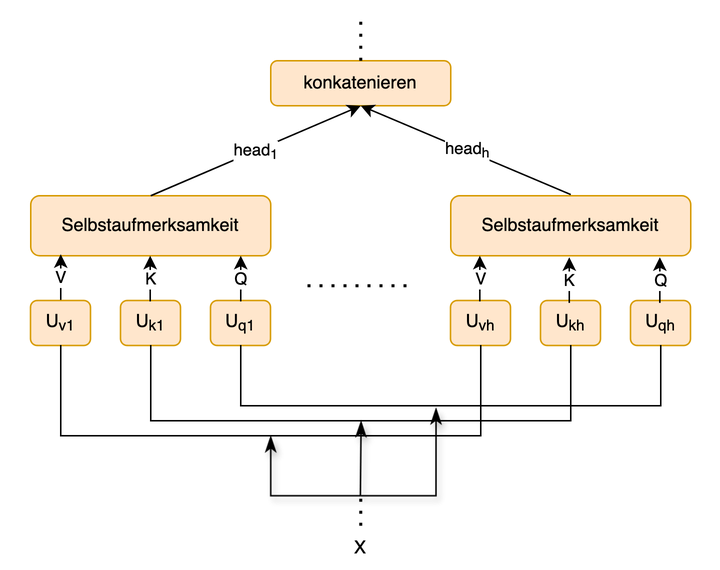
Before: assets/img/projection_matrices.png, a diagram exported from draw.io (omseeth/omseeth.github.io). Source tidied: cells renumbered, new cells last; positions are measured from the earlier drawing's top-left corner, leaving out a move shared by most shapes.
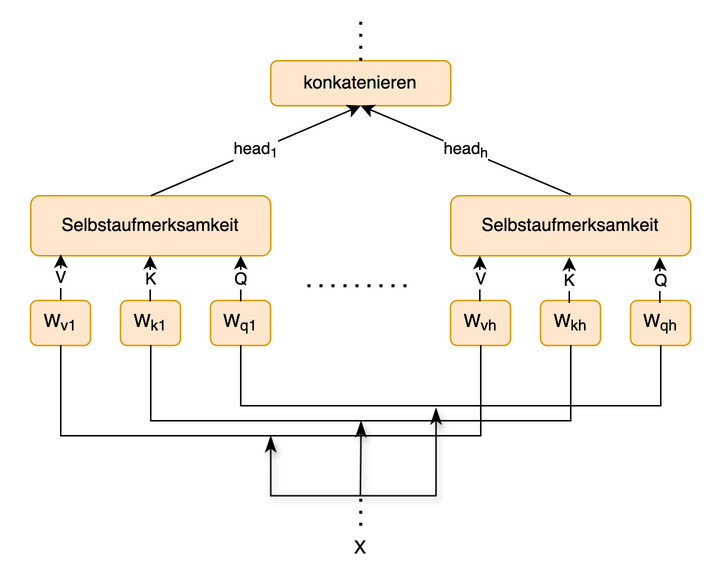
Later version of the same file.

Change to the diagram source:
```diff
@@ -8,22 +8,22 @@
     <mxCell id="3" value="X" style="text;html=1;align=center;verticalAlign=middle;whiteSpace=wrap;rounded=0;" parent="1" vertex="1">
       <mxGeometry x="210" y="350" width="60" height="30" as="geometry" />
     </mxCell>
-    <mxCell id="4" value="U&lt;sub&gt;v1&lt;/sub&gt;" style="rounded=1;whiteSpace=wrap;html=1;fillColor=#ffe6cc;strokeColor=#d79b00;" parent="1" vertex="1">
+    <mxCell id="4" value="W&lt;sub&gt;v1&lt;/sub&gt;" style="rounded=1;whiteSpace=wrap;html=1;fillColor=#ffe6cc;strokeColor=#d79b00;" parent="1" vertex="1">
       <mxGeometry x="20" y="200" width="40" height="30" as="geometry" />
     </mxCell>
-    <mxCell id="5" value="U&lt;sub&gt;k1&lt;/sub&gt;" style="rounded=1;whiteSpace=wrap;html=1;fillColor=#ffe6cc;strokeColor=#d79b00;" parent="1" vertex="1">
+    <mxCell id="5" value="W&lt;sub&gt;k1&lt;/sub&gt;" style="rounded=1;whiteSpace=wrap;html=1;fillColor=#ffe6cc;strokeColor=#d79b00;" parent="1" vertex="1">
       <mxGeometry x="80" y="200" width="40" height="30" as="geometry" />
     </mxCell>
-    <mxCell id="6" value="U&lt;sub&gt;q1&lt;/sub&gt;" style="rounded=1;whiteSpace=wrap;html=1;fillColor=#ffe6cc;strokeColor=#d79b00;" parent="1" vertex="1">
+    <mxCell id="6" value="W&lt;sub&gt;q1&lt;/sub&gt;" style="rounded=1;whiteSpace=wrap;html=1;fillColor=#ffe6cc;strokeColor=#d79b00;" parent="1" vertex="1">
       <mxGeometry x="140" y="200" width="40" height="30" as="geometry" />
     </mxCell>
-    <mxCell id="7" value="U&lt;sub&gt;vh&lt;/sub&gt;" style="rounded=1;whiteSpace=wrap;html=1;fillColor=#ffe6cc;strokeColor=#d79b00;" parent="1" vertex="1">
+    <mxCell id="7" value="W&lt;sub&gt;vh&lt;/sub&gt;" style="rounded=1;whiteSpace=wrap;html=1;fillColor=#ffe6cc;strokeColor=#d79b00;" parent="1" vertex="1">
       <mxGeometry x="300" y="200" width="40" height="30" as="geometry" />
     </mxCell>
-    <mxCell id="8" value="U&lt;sub&gt;kh&lt;/sub&gt;" style="rounded=1;whiteSpace=wrap;html=1;fillColor=#ffe6cc;strokeColor=#d79b00;" parent="1" vertex="1">
+    <mxCell id="8" value="W&lt;sub&gt;kh&lt;/sub&gt;" style="rounded=1;whiteSpace=wrap;html=1;fillColor=#ffe6cc;strokeColor=#d79b00;" parent="1" vertex="1">
       <mxGeometry x="360" y="200" width="40" height="30" as="geometry" />
     </mxCell>
-    <mxCell id="9" value="U&lt;sub&gt;qh&lt;/sub&gt;" style="rounded=1;whiteSpace=wrap;html=1;fillColor=#ffe6cc;strokeColor=#d79b00;" parent="1" vertex="1">
+    <mxCell id="9" value="W&lt;sub&gt;qh&lt;/sub&gt;" style="rounded=1;whiteSpace=wrap;html=1;fillColor=#ffe6cc;strokeColor=#d79b00;" parent="1" vertex="1">
       <mxGeometry x="420" y="200" width="40" height="30" as="geometry" />
     </mxCell>
     <mxCell id="10" style="endArrow=classicThin;html=1;rounded=0;endFill=1;endSize=8;entryX=0.5;entryY=1;entryDx=0;entryDy=0;shadow=1;" parent="1" edge="1">
```
